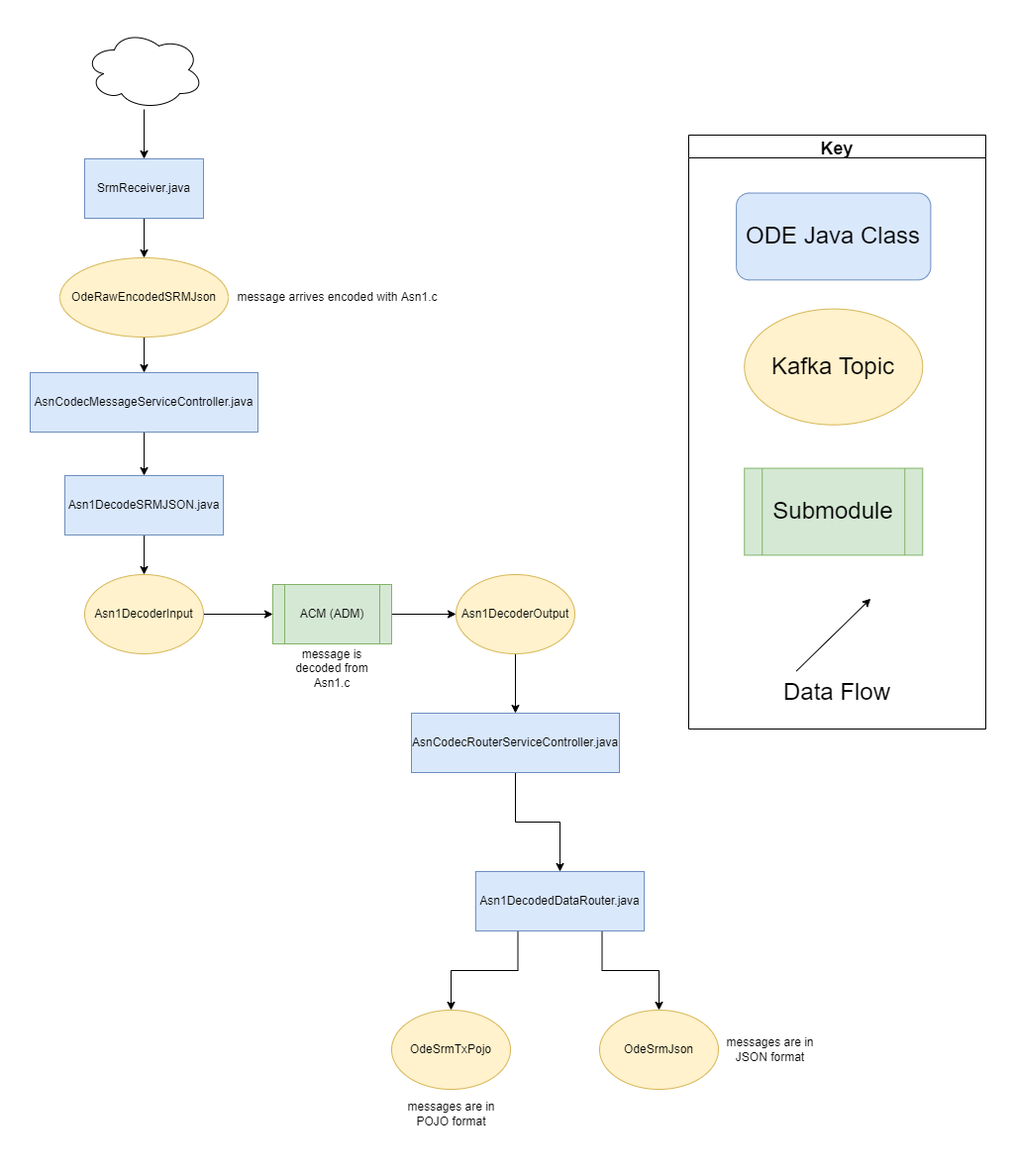
Above: docs/data-flow-diagrams/srm/SRM Data Flow.drawio.png in usdot-jpo-ode/jpo-ode (draw.io), before the change. Source tidied: cells renumbered, new cells last; positions are measured from the earlier drawing's top-left corner, leaving out a move shared by most shapes.
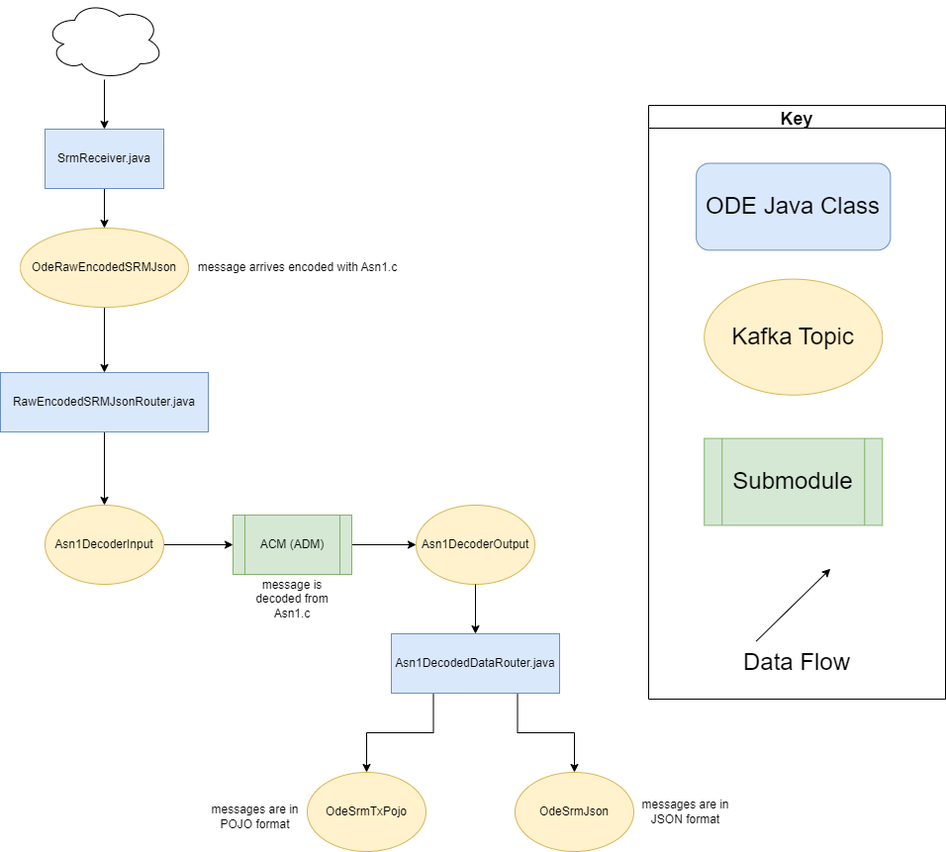
The same diagram one commit later.

The edit, as a diff of the source:
```diff
@@ -9,31 +9,25 @@
       <mxGeometry relative="1" as="geometry" />
     </mxCell>
     <mxCell id="4" value="Asn1DecodedDataRouter.java" style="rounded=0;whiteSpace=wrap;html=1;fillColor=#dae8fc;strokeColor=#6c8ebf;" parent="1" vertex="1">
-      <mxGeometry x="450" y="850" width="170" height="60" as="geometry" />
+      <mxGeometry x="405" y="640" width="170" height="60" as="geometry" />
     </mxCell>
     <mxCell id="5" style="edgeStyle=orthogonalEdgeStyle;rounded=0;jettySize=auto;html=1;entryX=0;entryY=0.5;entryDx=0;entryDy=0;" parent="1" edge="1" source="6" target="12">
       <mxGeometry relative="1" as="geometry" />
     </mxCell>
     <mxCell id="6" value="ACM (ADM)" style="shape=process;whiteSpace=wrap;html=1;backgroundOutline=1;fillColor=#d5e8d4;strokeColor=#82b366;" parent="1" vertex="1">
-      <mxGeometry x="245" y="560" width="120" height="60" as="geometry" />
+      <mxGeometry x="245" y="520" width="120" height="60" as="geometry" />
     </mxCell>
-    <mxCell id="7" style="edgeStyle=orthogonalEdgeStyle;rounded=0;jettySize=auto;html=1;" parent="1" edge="1" source="8" target="18">
+    <mxCell id="7" style="edgeStyle=orthogonalEdgeStyle;rounded=0;jettySize=auto;html=1;exitX=0.5;exitY=1;exitDx=0;exitDy=0;" parent="1" edge="1" source="16" target="18">
       <mxGeometry relative="1" as="geometry" />
     </mxCell>
-    <mxCell id="8" value="AsnCodecMessageServiceController.java" style="rounded=0;whiteSpace=wrap;html=1;fillColor=#dae8fc;strokeColor=#6c8ebf;" parent="1" vertex="1">
-      <mxGeometry y="346" width="230" height="60" as="geometry" />
-    </mxCell>
     <mxCell id="9" style="edgeStyle=orthogonalEdgeStyle;rounded=0;jettySize=auto;html=1;entryX=0;entryY=0.5;entryDx=0;entryDy=0;" parent="1" edge="1" source="10" target="6">
       <mxGeometry relative="1" as="geometry" />
     </mxCell>
     <mxCell id="10" value="Asn1DecoderInput" style="ellipse;whiteSpace=wrap;html=1;fillColor=#fff2cc;strokeColor=#d6b656;" parent="1" vertex="1">
-      <mxGeometry x="55" y="550" width="120" height="80" as="geometry" />
+      <mxGeometry x="55" y="510" width="120" height="80" as="geometry" />
     </mxCell>
-    <mxCell id="11" style="edgeStyle=orthogonalEdgeStyle;rounded=0;jettySize=auto;html=1;" parent="1" edge="1" source="12" target="20">
-      <mxGeometry relative="1" as="geometry" />
-    </mxCell>
     <mxCell id="12" value="Asn1DecoderOutput" style="ellipse;whiteSpace=wrap;html=1;fillColor=#fff2cc;strokeColor=#d6b656;" parent="1" vertex="1">
-      <mxGeometry x="430" y="550" width="120" height="80" as="geometry" />
+      <mxGeometry x="430" y="510" width="120" height="80" as="geometry" />
     </mxCell>
     <mxCell id="13" style="edgeStyle=orthogonalEdgeStyle;rounded=0;jettySize=auto;html=1;entryX=0.5;entryY=0;entryDx=0;entryDy=0;" parent="1" edge="1" source="14" target="16">
       <mxGeometry relative="1" as="geometry" />
@@ -41,24 +35,18 @@
     <mxCell id="14" value="SrmReceiver.java" style="rounded=0;whiteSpace=wrap;html=1;fillColor=#dae8fc;strokeColor=#6c8ebf;" parent="1" vertex="1">
       <mxGeometry x="55" y="130" width="120" height="60" as="geometry" />
     </mxCell>
-    <mxCell id="15" style="edgeStyle=orthogonalEdgeStyle;rounded=0;jettySize=auto;html=1;" parent="1" edge="1" source="16" target="8">
-      <mxGeometry relative="1" as="geometry" />
-    </mxCell>
     <mxCell id="16" value="OdeRawEncodedSRMJson" style="ellipse;whiteSpace=wrap;html=1;fillColor=#fff2cc;strokeColor=#d6b656;" parent="1" vertex="1">
       <mxGeometry x="30" y="230" width="170" height="80" as="geometry" />
     </mxCell>
     <mxCell id="17" style="edgeStyle=orthogonalEdgeStyle;rounded=0;jettySize=auto;html=1;entryX=0.5;entryY=0;entryDx=0;entryDy=0;" parent="1" edge="1" source="18" target="10">
       <mxGeometry relative="1" as="geometry" />
     </mxCell>
-    <mxCell id="18" value="Asn1DecodeSRMJSON.java" style="rounded=0;whiteSpace=wrap;html=1;fillColor=#dae8fc;strokeColor=#6c8ebf;" parent="1" vertex="1">
-      <mxGeometry x="35" y="450" width="160" height="60" as="geometry" />
+    <mxCell id="18" value="RawEncodedSRMJsonRouter.java" style="rounded=0;whiteSpace=wrap;html=1;fillColor=#dae8fc;strokeColor=#6c8ebf;" parent="1" vertex="1">
+      <mxGeometry x="10" y="376" width="210" height="60" as="geometry" />
     </mxCell>
-    <mxCell id="19" style="edgeStyle=orthogonalEdgeStyle;rounded=0;jettySize=auto;html=1;entryX=0.5;entryY=0;entryDx=0;entryDy=0;exitX=0.5;exitY=1;exitDx=0;exitDy=0;" parent="1" edge="1" source="20" target="4">
+    <mxCell id="19" style="edgeStyle=orthogonalEdgeStyle;rounded=0;jettySize=auto;html=1;entryX=0.5;entryY=0;entryDx=0;entryDy=0;exitX=0.5;exitY=1;exitDx=0;exitDy=0;" parent="1" edge="1" source="12" target="4">
       <mxGeometry relative="1" as="geometry" />
     </mxCell>
-    <mxCell id="20" value="AsnCodecRouterServiceController.java" style="rounded=0;whiteSpace=wrap;html=1;fillColor=#dae8fc;strokeColor=#6c8ebf;" parent="1" vertex="1">
-      <mxGeometry x="385" y="690" width="210" height="60" as="geometry" />
-    </mxCell>
     <mxCell id="21" style="edgeStyle=orthogonalEdgeStyle;rounded=0;jettySize=auto;html=1;" parent="1" edge="1" source="22" target="14">
       <mxGeometry relative="1" as="geometry" />
     </mxCell>
@@ -90,22 +78,22 @@
       <mxGeometry x="48.1" y="58.5" width="196.2" height="87.8" as="geometry" />
     </mxCell>
     <mxCell id="30" value="OdeSrmTxPojo" style="ellipse;whiteSpace=wrap;html=1;fillColor=#fff2cc;strokeColor=#d6b656;" parent="1" vertex="1">
-      <mxGeometry x="365" y="990" width="120" height="80" as="geometry" />
+      <mxGeometry x="320" y="780" width="120" height="80" as="geometry" />
     </mxCell>
     <mxCell id="31" value="OdeSrmJson" style="ellipse;whiteSpace=wrap;html=1;fillColor=#fff2cc;strokeColor=#d6b656;" parent="1" vertex="1">
-      <mxGeometry x="575" y="990" width="120" height="80" as="geometry" />
+      <mxGeometry x="530" y="780" width="120" height="80" as="geometry" />
     </mxCell>
     <mxCell id="32" value="message arrives encoded with Asn1.c" style="text;html=1;align=center;verticalAlign=middle;strokeColor=none;fillColor=none;" parent="1" vertex="1">
       <mxGeometry x="200" y="260" width="220" height="20" as="geometry" />
     </mxCell>
     <mxCell id="33" value="message is decoded from Asn1.c" style="text;html=1;strokeColor=none;fillColor=none;align=center;verticalAlign=middle;whiteSpace=wrap;rounded=0;" parent="1" vertex="1">
-      <mxGeometry x="250" y="620" width="110" height="50" as="geometry" />
+      <mxGeometry x="250" y="580" width="110" height="50" as="geometry" />
     </mxCell>
     <mxCell id="34" value="messages are in POJO format" style="text;html=1;strokeColor=none;fillColor=none;align=center;verticalAlign=middle;whiteSpace=wrap;rounded=0;" parent="1" vertex="1">
-      <mxGeometry x="372.5" y="1070" width="105" height="50" as="geometry" />
+      <mxGeometry x="215" y="800" width="105" height="50" as="geometry" />
     </mxCell>
     <mxCell id="35" value="messages are in JSON format" style="text;html=1;strokeColor=none;fillColor=none;align=center;verticalAlign=middle;whiteSpace=wrap;rounded=0;" parent="1" vertex="1">
-      <mxGeometry x="695" y="1005" width="105" height="50" as="geometry" />
+      <mxGeometry x="650" y="795" width="105" height="50" as="geometry" />
     </mxCell>
   </root>
 </mxGraphModel>
```
